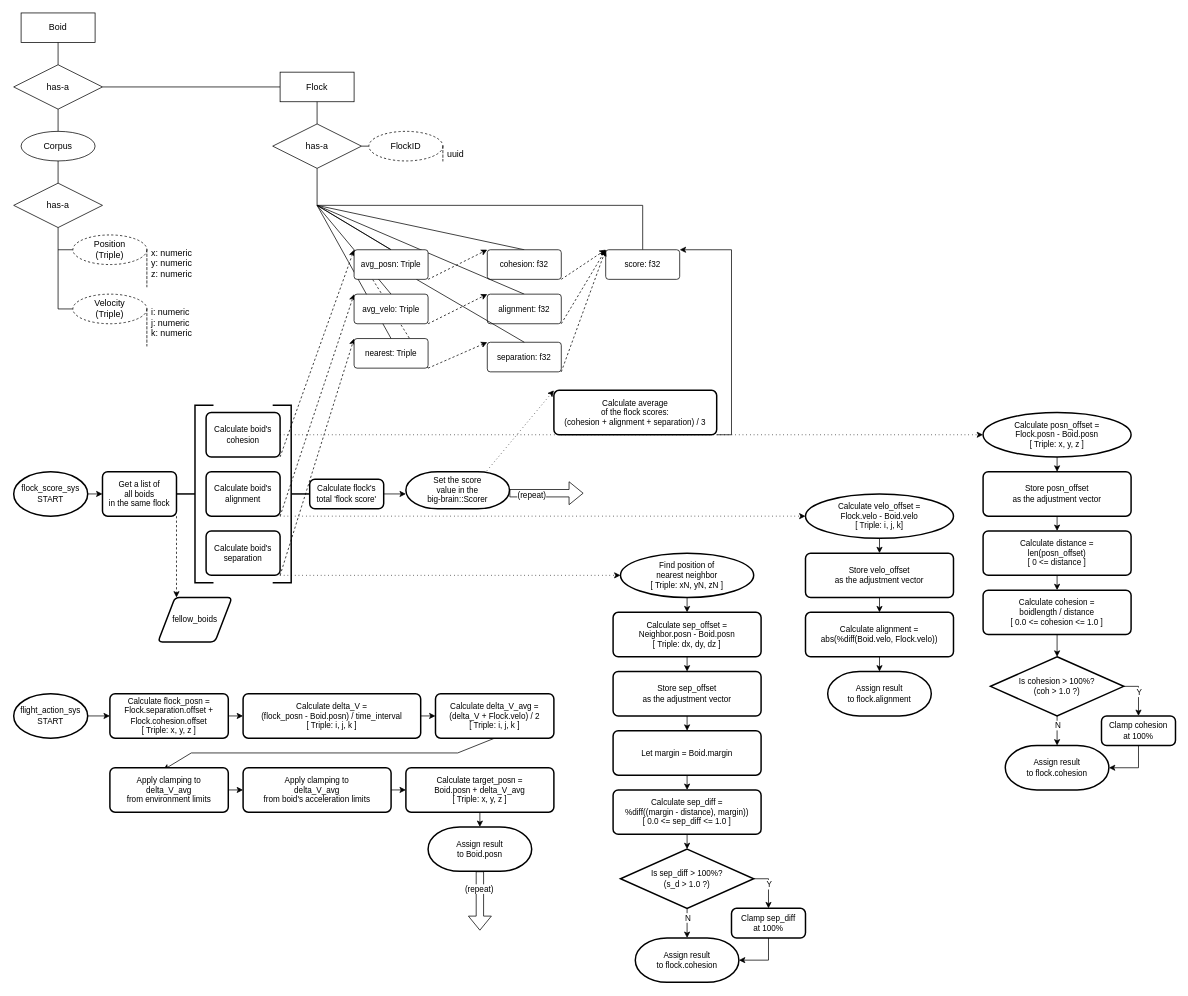
Above: boids_chart.drawio in zgrow/misc_bucket (draw.io), before the change. Source tidied: cells renumbered, new cells numbered last; positions are measured from the earlier drawing's top-left corner, leaving out a move shared by most shapes. Both pictures are drawn from the tidied source at 74%, with x=0, y=0 at pixel (13, 13).
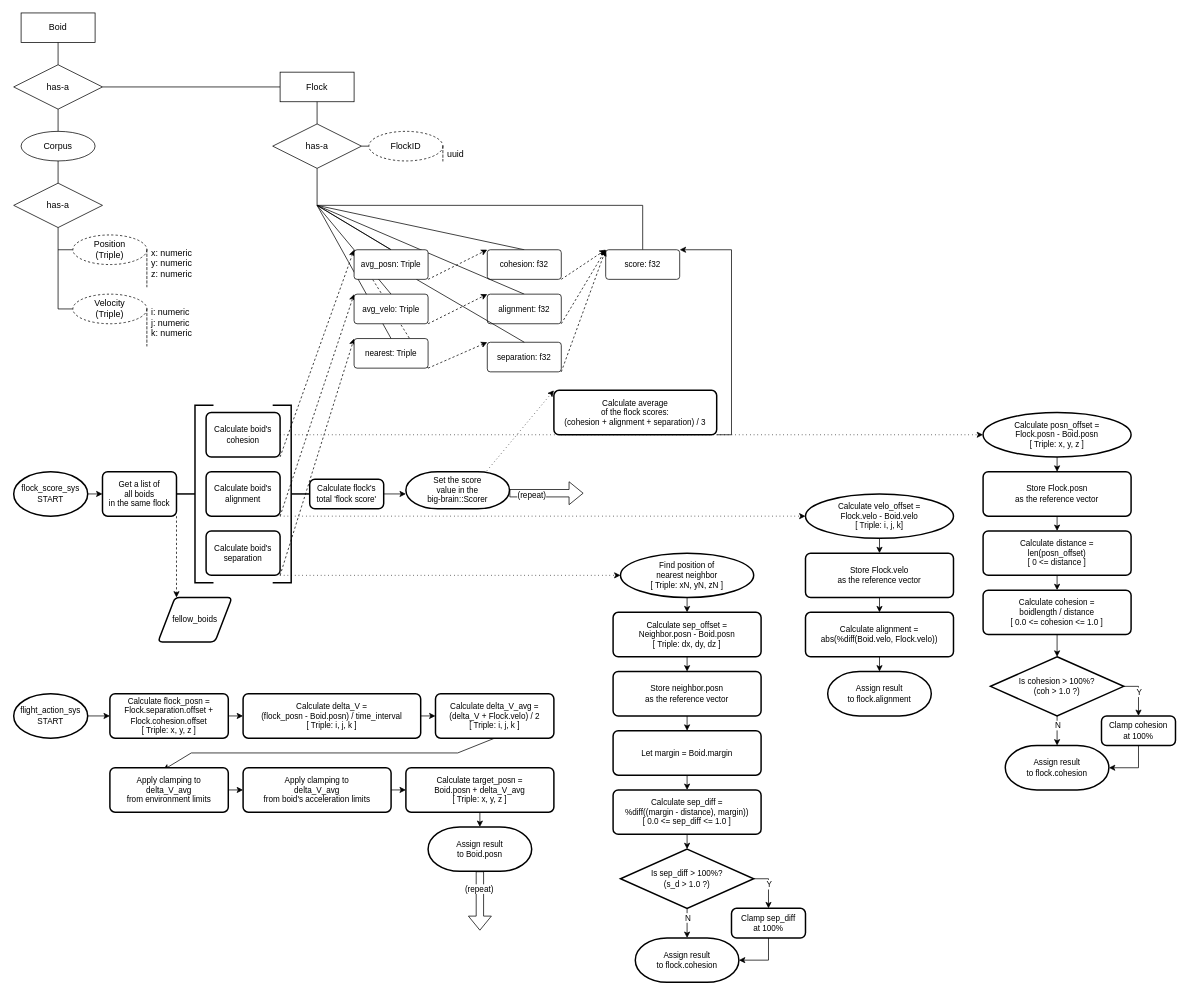
The same diagram, later.

Change to the diagram source:
```diff
@@
-    <mxCell id="75" value="&lt;div&gt;Store posn_offset&lt;/div&gt;&lt;div&gt;as the adjustment vector&lt;br&gt;&lt;/div&gt;" style="rounded=1;whiteSpace=wrap;html=1;absoluteArcSize=1;arcSize=14;strokeWidth=2;fontFamily=Helvetica;fontSize=11;fontColor=default;" parent="1" vertex="1">
+    <mxCell id="75" value="&lt;div&gt;Store Flock.posn&lt;br&gt;&lt;/div&gt;&lt;div&gt;as the reference vector&lt;br&gt;&lt;/div&gt;" style="rounded=1;whiteSpace=wrap;html=1;absoluteArcSize=1;arcSize=14;strokeWidth=2;fontFamily=Helvetica;fontSize=11;fontColor=default;" parent="1" vertex="1">
       <mxGeometry x="1310" y="620" width="200" height="60" as="geometry" />
     </mxCell>
@@
-    <mxCell id="83" value="&lt;div&gt;Store velo_offset&lt;/div&gt;&lt;div&gt;as the adjustment vector&lt;br&gt;&lt;/div&gt;" style="rounded=1;whiteSpace=wrap;html=1;absoluteArcSize=1;arcSize=14;strokeWidth=2;fontFamily=Helvetica;fontSize=11;fontColor=default;direction=west;" parent="1" vertex="1">
+    <mxCell id="83" value="&lt;div&gt;Store Flock.velo&lt;br&gt;&lt;/div&gt;&lt;div&gt;as the reference vector&lt;br&gt;&lt;/div&gt;" style="rounded=1;whiteSpace=wrap;html=1;absoluteArcSize=1;arcSize=14;strokeWidth=2;fontFamily=Helvetica;fontSize=11;fontColor=default;direction=west;" parent="1" vertex="1">
       <mxGeometry x="1070" y="730" width="200" height="60" as="geometry" />
     </mxCell>
@@
-    <mxCell id="106" value="&lt;div&gt;Store sep_offset&lt;/div&gt;&lt;div&gt;as the adjustment vector&lt;br&gt;&lt;/div&gt;" style="rounded=1;whiteSpace=wrap;html=1;absoluteArcSize=1;arcSize=14;strokeWidth=2;fontFamily=Helvetica;fontSize=11;fontColor=default;direction=west;" parent="1" vertex="1">
+    <mxCell id="106" value="&lt;div&gt;Store neighbor.posn&lt;br&gt;&lt;/div&gt;&lt;div&gt;as the reference vector&lt;br&gt;&lt;/div&gt;" style="rounded=1;whiteSpace=wrap;html=1;absoluteArcSize=1;arcSize=14;strokeWidth=2;fontFamily=Helvetica;fontSize=11;fontColor=default;direction=west;" parent="1" vertex="1">
       <mxGeometry x="810" y="890" width="200" height="60" as="geometry" />
     </mxCell>
```
